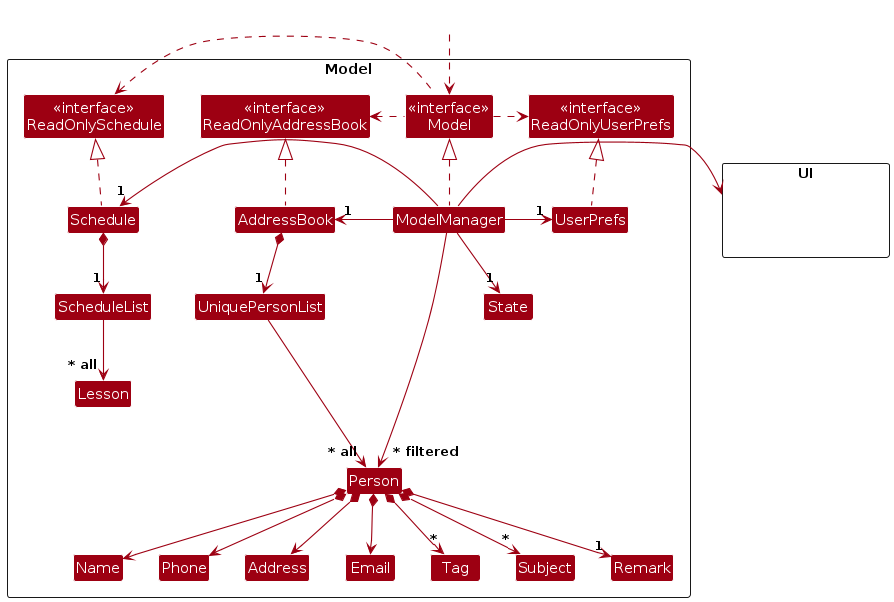
Above: diagrams/ModelClassDiagram.png in AY2324S1-CS2103T-T11-3/tp (PlantUML), before the change. Its source is kept beside it as diagrams/ModelClassDiagram.puml.
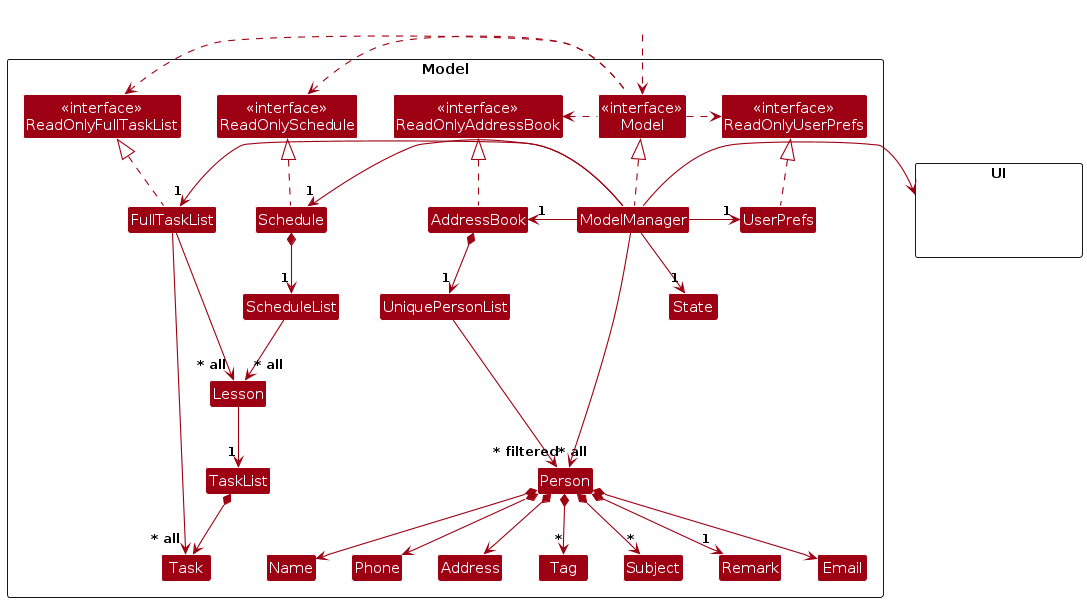
The same file after the commit.

What changed in the source:
```diff
@@ -7,6 +7,7 @@
 Package Model as ModelPackage <<Rectangle>>{
 Class "<<interface>>\nReadOnlyAddressBook" as ReadOnlyAddressBook
 Class "<<interface>>\nReadOnlySchedule" as ReadOnlySchedule
+Class "<<interface>>\nReadOnlyFullTaskList" as ReadOnlyFullTaskList
 Class "<<interface>>\nReadOnlyUserPrefs" as ReadOnlyUserPrefs
 Class "<<interface>>\nModel" as Model
 Class AddressBook
@@ -17,6 +18,10 @@
 
 Class ScheduleList
 Class Lesson
+
+Class FullTaskList
+Class TaskList
+Class Task
 
 Class UniquePersonList
 Class Person
@@ -40,20 +45,29 @@
 
 AddressBook .up.|> ReadOnlyAddressBook
 Schedule .up.|> ReadOnlySchedule
+FullTaskList .up.|> ReadOnlyFullTaskList
 
 ModelManager .up.|> Model
 Model .right.> ReadOnlyUserPrefs
 Model .left.> ReadOnlyAddressBook
 Model .left.> ReadOnlySchedule
+Model .left.> ReadOnlyFullTaskList
+
 ModelManager -left-> "1" AddressBook
 ModelManager -right-> "1" UserPrefs
 ModelManager -> UI
 ModelManager --> "1" State
 ModelManager -left-> "1" Schedule
+ModelManager -left-> "1" FullTaskList
 UserPrefs .up.|> ReadOnlyUserPrefs
 
 Schedule *--> "1" ScheduleList
 ScheduleList --> "~* all" Lesson
+Lesson --> "1" TaskList
+TaskList *--> Task
+
+FullTaskList --> "~* all" Task
+FullTaskList --> "~* all" Lesson
 
 AddressBook *--> "1" UniquePersonList
 UniquePersonList --> "~* all" Person
```
